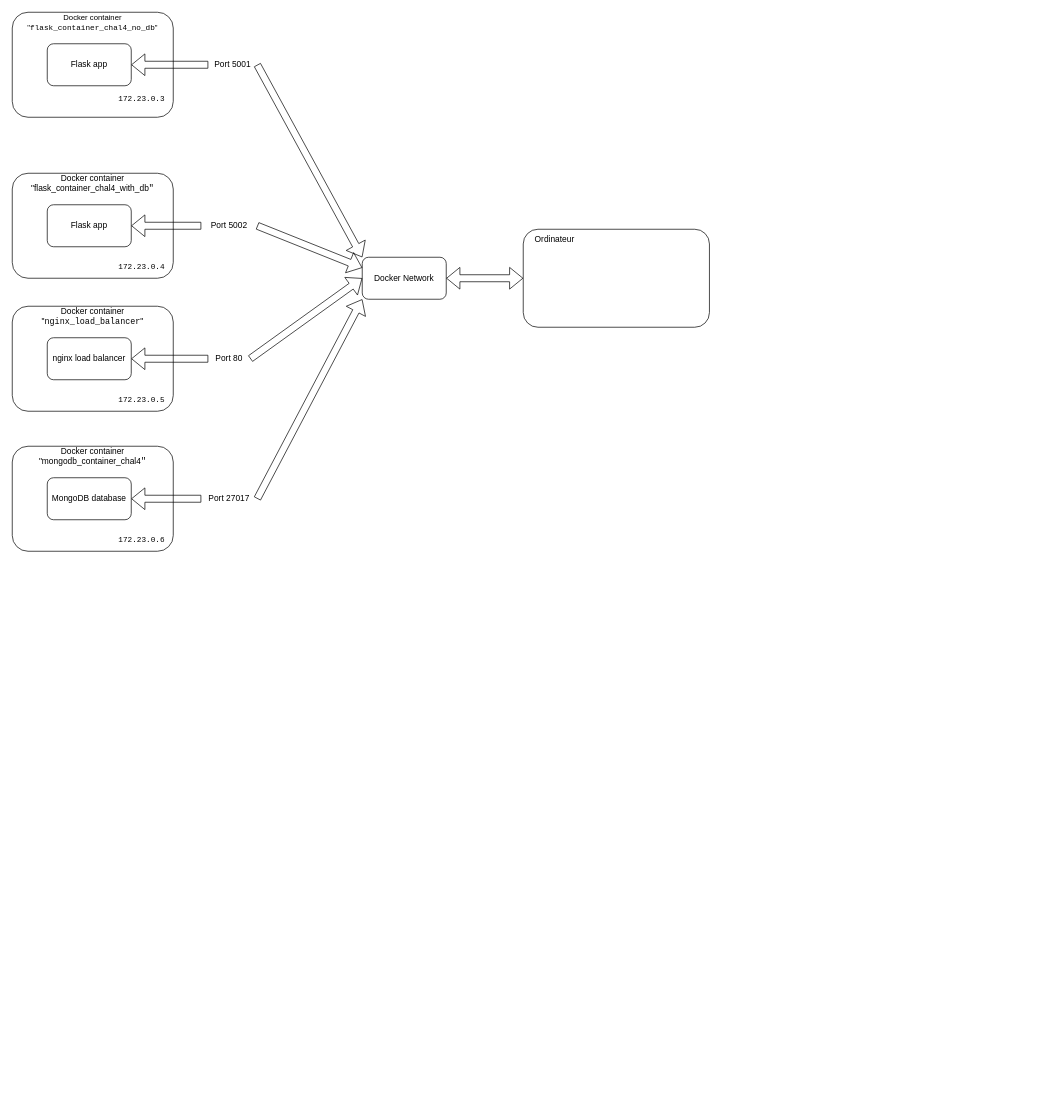
Earlier version of the draw.io diagram diagram_NET.drawio (ComplexNetTSP/kubernetes-AArbey). Source tidied: cells renumbered, new cells numbered last; positions are measured from the earlier drawing's top-left corner, leaving out a move shared by most shapes. Both pictures are drawn from the tidied source at 70%, with x=0, y=0 at pixel (12, 12).
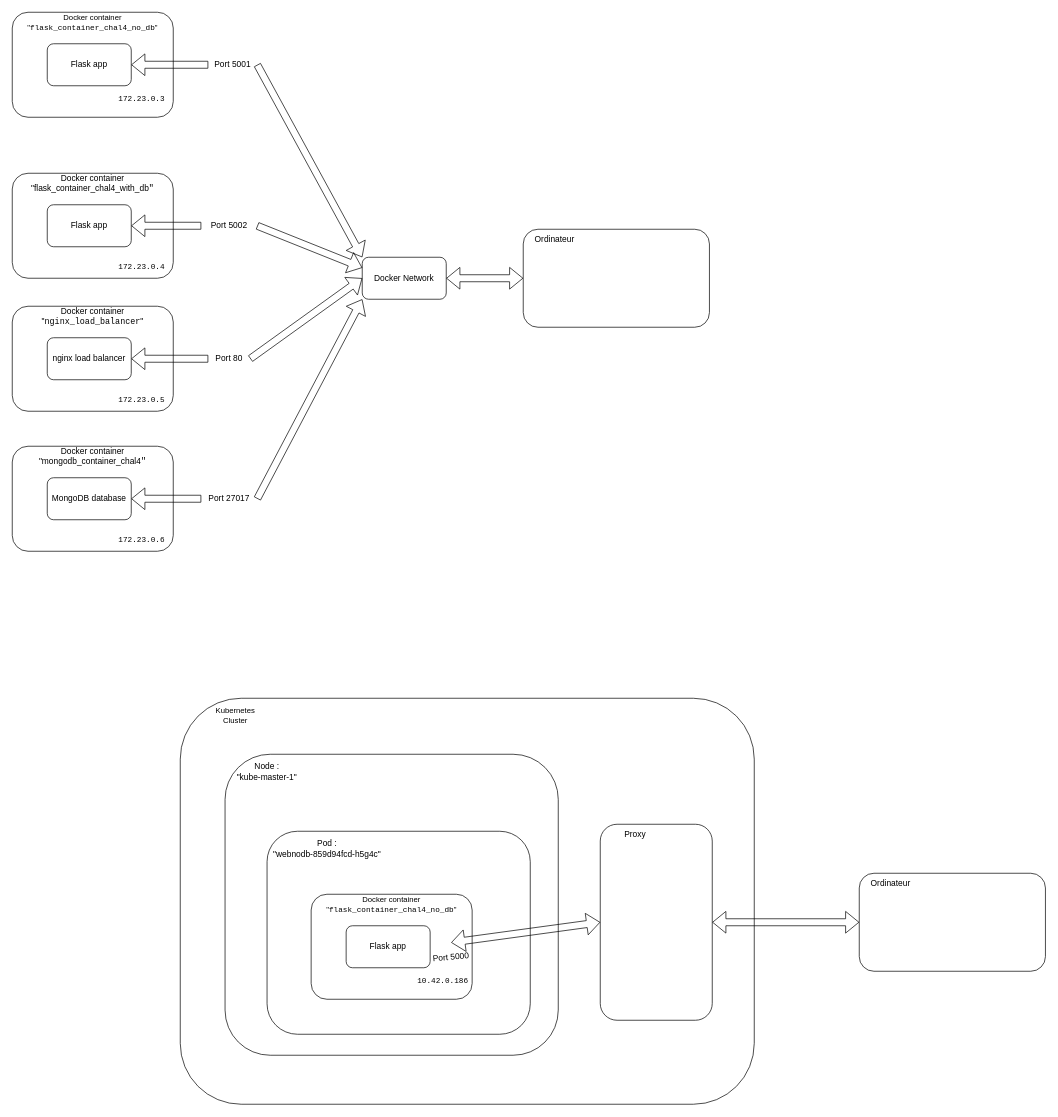
Above is the later version.

Commit message (it also covers changes not shown here):
Finished Chal 7

The edit, as a diff of the source:
```diff
@@
+    <mxCell id="34" style="rounded=1;whiteSpace=wrap;html=1;fontSize=11;" parent="1" vertex="1">
+      <mxGeometry x="240" y="980" width="820" height="580" as="geometry" />
+    </mxCell>
@@
+    <mxCell id="35" value="Kubernetes Cluster" style="text;html=1;strokeColor=none;fillColor=none;align=center;verticalAlign=middle;whiteSpace=wrap;rounded=0;fontSize=11;" parent="1" vertex="1">
+      <mxGeometry x="274" y="990" width="90" height="30" as="geometry" />
+    </mxCell>
+    <mxCell id="36" style="rounded=1;whiteSpace=wrap;html=1;" parent="1" vertex="1">
+      <mxGeometry x="304" y="1060" width="476" height="430" as="geometry" />
+    </mxCell>
+    <mxCell id="37" value="Node :&lt;br&gt;&quot;kube-master-1&quot;" style="text;html=1;strokeColor=none;fillColor=none;align=center;verticalAlign=middle;whiteSpace=wrap;rounded=0;" parent="1" vertex="1">
+      <mxGeometry x="309" y="1070" width="110" height="30" as="geometry" />
+    </mxCell>
+    <mxCell id="38" style="rounded=1;whiteSpace=wrap;html=1;" parent="1" vertex="1">
+      <mxGeometry x="364" y="1170" width="376" height="290" as="geometry" />
+    </mxCell>
+    <mxCell id="39" value="Pod :&lt;br&gt;&quot;webnodb-859d94fcd-h5g4c&quot;" style="text;html=1;strokeColor=none;fillColor=none;align=center;verticalAlign=middle;whiteSpace=wrap;rounded=0;" parent="1" vertex="1">
+      <mxGeometry x="370" y="1180" width="160" height="30" as="geometry" />
+    </mxCell>
+    <mxCell id="40" style="rounded=1;whiteSpace=wrap;html=1;" parent="1" vertex="1">
+      <mxGeometry x="427" y="1260" width="230" height="150" as="geometry" />
+    </mxCell>
+    <mxCell id="41" value="&lt;font style=&quot;font-size: 11px;&quot;&gt;Docker container&lt;br&gt;&quot;&lt;span style=&quot;font-family: monospace;&quot;&gt;&lt;span style=&quot;background-color: rgb(255, 255, 255);&quot;&gt;flask_container_chal4_no_db&lt;/span&gt;&lt;/span&gt;&quot;&lt;/font&gt;" style="text;html=1;strokeColor=none;fillColor=none;align=center;verticalAlign=middle;whiteSpace=wrap;rounded=0;" parent="1" vertex="1">
+      <mxGeometry x="487" y="1260" width="110" height="30" as="geometry" />
+    </mxCell>
+    <mxCell id="42" value="Flask app" style="rounded=1;whiteSpace=wrap;html=1;" parent="1" vertex="1">
+      <mxGeometry x="477" y="1305" width="120" height="60" as="geometry" />
+    </mxCell>
+    <mxCell id="43" value="&lt;font face=&quot;monospace&quot;&gt;10.42.0.186&lt;/font&gt;" style="text;whiteSpace=wrap;html=1;fontSize=11;" parent="1" vertex="1">
+      <mxGeometry x="577" y="1370" width="100" height="40" as="geometry" />
+    </mxCell>
+    <mxCell id="44" style="rounded=1;whiteSpace=wrap;html=1;" parent="1" vertex="1">
+      <mxGeometry x="840" y="1160" width="160" height="280" as="geometry" />
+    </mxCell>
+    <mxCell id="45" value="Proxy" style="text;html=1;strokeColor=none;fillColor=none;align=center;verticalAlign=middle;whiteSpace=wrap;rounded=0;" parent="1" vertex="1">
+      <mxGeometry x="860" y="1160" width="60" height="30" as="geometry" />
+    </mxCell>
+    <mxCell id="46" style="shape=flexArrow;endArrow=classic;startArrow=classic;html=1;rounded=0;entryX=0;entryY=0.5;entryDx=0;entryDy=0;" parent="1" edge="1" target="44">
+      <mxGeometry relative="1" as="geometry">
+        <mxPoint x="627" y="1329" as="sourcePoint" />
+      </mxGeometry>
+    </mxCell>
+    <mxCell id="47" value="Port 5000" style="text;html=1;strokeColor=none;fillColor=none;align=center;verticalAlign=middle;whiteSpace=wrap;rounded=0;rotation=-5;" parent="1" vertex="1">
+      <mxGeometry x="597" y="1335" width="60" height="30" as="geometry" />
+    </mxCell>
+    <mxCell id="48" style="rounded=1;whiteSpace=wrap;html=1;" parent="1" vertex="1">
+      <mxGeometry x="1210" y="1230" width="266" height="140" as="geometry" />
+    </mxCell>
+    <mxCell id="49" value="Ordinateur" style="text;html=1;strokeColor=none;fillColor=none;align=center;verticalAlign=middle;whiteSpace=wrap;rounded=0;" parent="1" vertex="1">
+      <mxGeometry x="1220" y="1230" width="70" height="30" as="geometry" />
+    </mxCell>
+    <mxCell id="50" style="shape=flexArrow;endArrow=classic;startArrow=classic;html=1;rounded=0;entryX=0;entryY=0.5;entryDx=0;entryDy=0;" parent="1" edge="1" source="44" target="48">
+      <mxGeometry relative="1" as="geometry" />
+    </mxCell>
```
